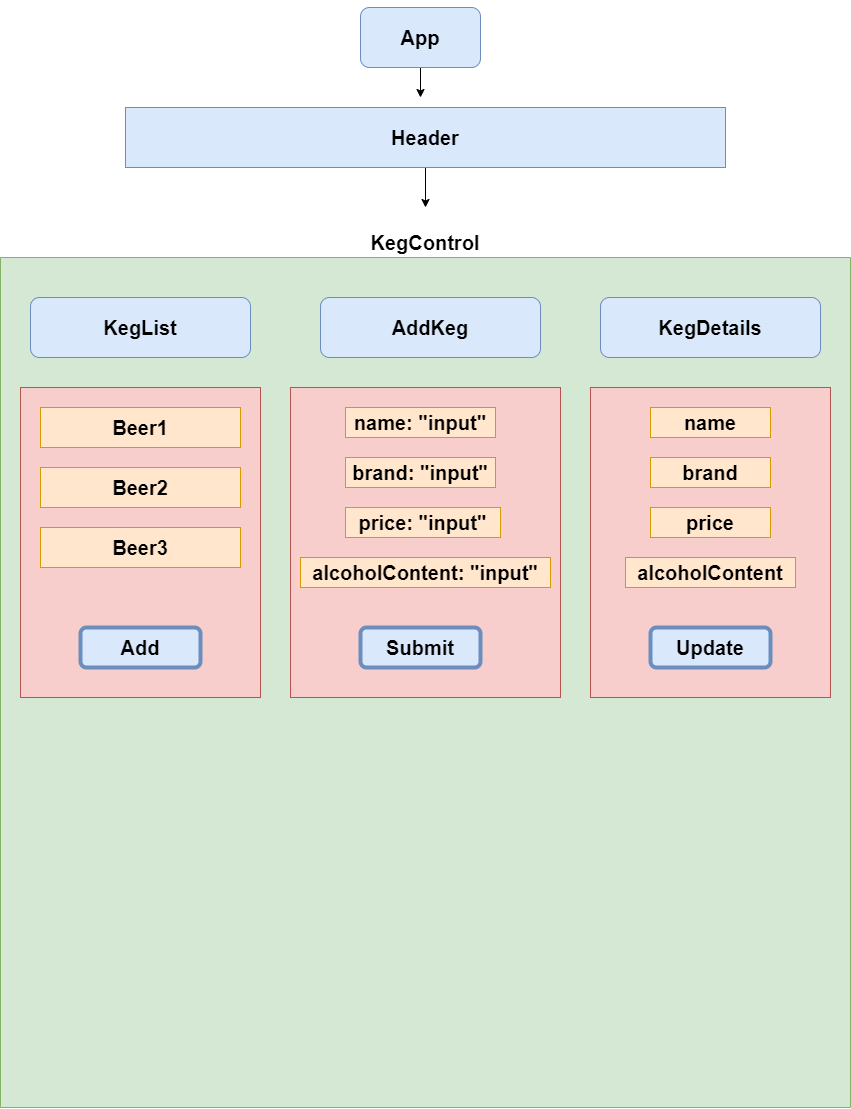
This is src/img/code-review.png from Ultra-Zactimus/keg-counter-code-review, a draw.io export, as it was before one commit. Source tidied: cells renumbered, new cells last; positions are measured from the earlier drawing's top-left corner, leaving out a move shared by most shapes. The source it was exported from:
```xml
<mxGraphModel>
  <root>
    <mxCell id="0" />
    <mxCell id="1" parent="0" />
    <mxCell id="2" value="KegControl" style="whiteSpace=wrap;html=1;fillColor=#d5e8d4;strokeColor=#82b366;labelPosition=center;verticalLabelPosition=top;align=center;verticalAlign=bottom;fontSize=20;fontStyle=1;direction=south;" parent="1" vertex="1">
      <mxGeometry y="250" width="850" height="850" as="geometry" />
    </mxCell>
    <mxCell id="3" style="edgeStyle=orthogonalEdgeStyle;rounded=0;jettySize=auto;html=1;fontSize=20;" parent="1" edge="1" source="4">
      <mxGeometry relative="1" as="geometry">
        <mxPoint x="425" y="200" as="targetPoint" />
      </mxGeometry>
    </mxCell>
    <mxCell id="4" value="Header" style="rounded=0;whiteSpace=wrap;html=1;fillColor=#dae8fc;strokeColor=#6c8ebf;fontStyle=1;fontSize=20;" parent="1" vertex="1">
      <mxGeometry x="125" y="100" width="600" height="60" as="geometry" />
    </mxCell>
    <mxCell id="5" style="edgeStyle=orthogonalEdgeStyle;rounded=0;jettySize=auto;html=1;exitX=0.5;exitY=1;exitDx=0;exitDy=0;fontSize=20;" parent="1" edge="1" source="7">
      <mxGeometry relative="1" as="geometry">
        <mxPoint x="420" y="40" as="targetPoint" />
        <Array as="points">
          <mxPoint x="420" />
          <mxPoint x="420" />
        </Array>
      </mxGeometry>
    </mxCell>
    <mxCell id="6" style="edgeStyle=orthogonalEdgeStyle;rounded=0;jettySize=auto;html=1;fontSize=20;" parent="1" edge="1" source="7">
      <mxGeometry relative="1" as="geometry">
        <mxPoint x="420" y="90" as="targetPoint" />
      </mxGeometry>
    </mxCell>
    <mxCell id="7" value="App" style="rounded=1;whiteSpace=wrap;html=1;fontSize=20;fillColor=#dae8fc;strokeColor=#6c8ebf;fontStyle=1;" parent="1" vertex="1">
      <mxGeometry x="360" width="120" height="60" as="geometry" />
    </mxCell>
    <mxCell id="8" value="KegList" style="rounded=1;whiteSpace=wrap;html=1;fontSize=20;fontStyle=1;fillColor=#dae8fc;strokeColor=#6c8ebf;" parent="1" vertex="1">
      <mxGeometry x="30" y="290" width="220" height="60" as="geometry" />
    </mxCell>
    <mxCell id="9" value="AddKeg" style="rounded=1;whiteSpace=wrap;html=1;fontSize=20;fontStyle=1;fillColor=#dae8fc;strokeColor=#6c8ebf;" parent="1" vertex="1">
      <mxGeometry x="320" y="290" width="220" height="60" as="geometry" />
    </mxCell>
    <mxCell id="10" value="KegDetails" style="rounded=1;whiteSpace=wrap;html=1;fontSize=20;fontStyle=1;fillColor=#dae8fc;strokeColor=#6c8ebf;" parent="1" vertex="1">
      <mxGeometry x="600" y="290" width="220" height="60" as="geometry" />
    </mxCell>
    <mxCell id="11" style="shape=card;whiteSpace=wrap;html=1;fontSize=20;size=0;fillColor=#f8cecc;strokeColor=#b85450;" parent="1" vertex="1">
      <mxGeometry x="20" y="380" width="240" height="310" as="geometry" />
    </mxCell>
    <mxCell id="12" style="shape=card;whiteSpace=wrap;html=1;fontSize=20;size=0;fillColor=#f8cecc;strokeColor=#b85450;" parent="1" vertex="1">
      <mxGeometry x="290" y="380" width="270" height="310" as="geometry" />
    </mxCell>
    <mxCell id="13" style="shape=card;whiteSpace=wrap;html=1;fontSize=20;size=0;fillColor=#f8cecc;strokeColor=#b85450;" parent="1" vertex="1">
      <mxGeometry x="590" y="380" width="240" height="310" as="geometry" />
    </mxCell>
    <mxCell id="14" value="Beer1" style="rounded=0;whiteSpace=wrap;html=1;fontSize=20;fillColor=#ffe6cc;strokeColor=#d79b00;fontStyle=1;" parent="1" vertex="1">
      <mxGeometry x="40" y="400" width="200" height="40" as="geometry" />
    </mxCell>
    <mxCell id="15" value="&lt;b&gt;Beer2&lt;/b&gt;" style="rounded=0;whiteSpace=wrap;html=1;fontSize=20;fillColor=#ffe6cc;strokeColor=#d79b00;" parent="1" vertex="1">
      <mxGeometry x="40" y="460" width="200" height="40" as="geometry" />
    </mxCell>
    <mxCell id="16" value="Beer3" style="rounded=0;whiteSpace=wrap;html=1;fontSize=20;fillColor=#ffe6cc;strokeColor=#d79b00;fontStyle=1;" parent="1" vertex="1">
      <mxGeometry x="40" y="520" width="200" height="40" as="geometry" />
    </mxCell>
    <mxCell id="17" value="brand: &quot;input&quot;" style="rounded=0;whiteSpace=wrap;html=1;fontSize=20;fillColor=#ffe6cc;strokeColor=#d79b00;fontStyle=1;" parent="1" vertex="1">
      <mxGeometry x="345" y="450" width="150" height="30" as="geometry" />
    </mxCell>
    <mxCell id="18" value="price: &quot;input&quot;" style="rounded=0;whiteSpace=wrap;html=1;fontSize=20;fillColor=#ffe6cc;strokeColor=#d79b00;fontStyle=1;" parent="1" vertex="1">
      <mxGeometry x="345" y="500" width="155" height="30" as="geometry" />
    </mxCell>
    <mxCell id="19" value="name: &quot;input&quot;" style="rounded=0;whiteSpace=wrap;html=1;fontSize=20;fillColor=#ffe6cc;strokeColor=#d79b00;fontStyle=1;" parent="1" vertex="1">
      <mxGeometry x="345" y="400" width="150" height="30" as="geometry" />
    </mxCell>
    <mxCell id="20" value="Add" style="rounded=1;whiteSpace=wrap;html=1;fontSize=20;fillColor=#dae8fc;strokeColor=#6c8ebf;fontStyle=1;strokeWidth=4;" parent="1" vertex="1">
      <mxGeometry x="80" y="620" width="120" height="40" as="geometry" />
    </mxCell>
    <mxCell id="21" value="alcoholContent: &quot;input&quot;" style="rounded=0;whiteSpace=wrap;html=1;fontSize=20;strokeWidth=1;fillColor=#ffe6cc;strokeColor=#d79b00;fontStyle=1;" parent="1" vertex="1">
      <mxGeometry x="300" y="550" width="250" height="30" as="geometry" />
    </mxCell>
    <mxCell id="22" value="Submit" style="rounded=1;whiteSpace=wrap;html=1;fontSize=20;strokeWidth=4;fillColor=#dae8fc;strokeColor=#6c8ebf;fontStyle=1;" parent="1" vertex="1">
      <mxGeometry x="360" y="620" width="120" height="40" as="geometry" />
    </mxCell>
    <mxCell id="23" value="Update" style="rounded=1;whiteSpace=wrap;html=1;fontSize=20;strokeWidth=4;fillColor=#dae8fc;strokeColor=#6c8ebf;fontStyle=1;" parent="1" vertex="1">
      <mxGeometry x="650" y="620" width="120" height="40" as="geometry" />
    </mxCell>
    <mxCell id="24" value="name" style="rounded=0;whiteSpace=wrap;html=1;fontSize=20;strokeWidth=1;fillColor=#ffe6cc;strokeColor=#d79b00;fontStyle=1;" parent="1" vertex="1">
      <mxGeometry x="650" y="400" width="120" height="30" as="geometry" />
    </mxCell>
    <mxCell id="25" value="brand" style="rounded=0;whiteSpace=wrap;html=1;fontSize=20;strokeWidth=1;fillColor=#ffe6cc;strokeColor=#d79b00;fontStyle=1;" parent="1" vertex="1">
      <mxGeometry x="650" y="450" width="120" height="30" as="geometry" />
    </mxCell>
    <mxCell id="26" value="price" style="rounded=0;whiteSpace=wrap;html=1;fontSize=20;strokeWidth=1;fillColor=#ffe6cc;strokeColor=#d79b00;fontStyle=1;" parent="1" vertex="1">
      <mxGeometry x="650" y="500" width="120" height="30" as="geometry" />
    </mxCell>
    <mxCell id="27" value="alcoholContent" style="rounded=0;whiteSpace=wrap;html=1;fontSize=20;strokeWidth=1;fontStyle=1;fillColor=#ffe6cc;strokeColor=#d79b00;" parent="1" vertex="1">
      <mxGeometry x="625" y="550" width="170" height="30" as="geometry" />
    </mxCell>
  </root>
</mxGraphModel>
```
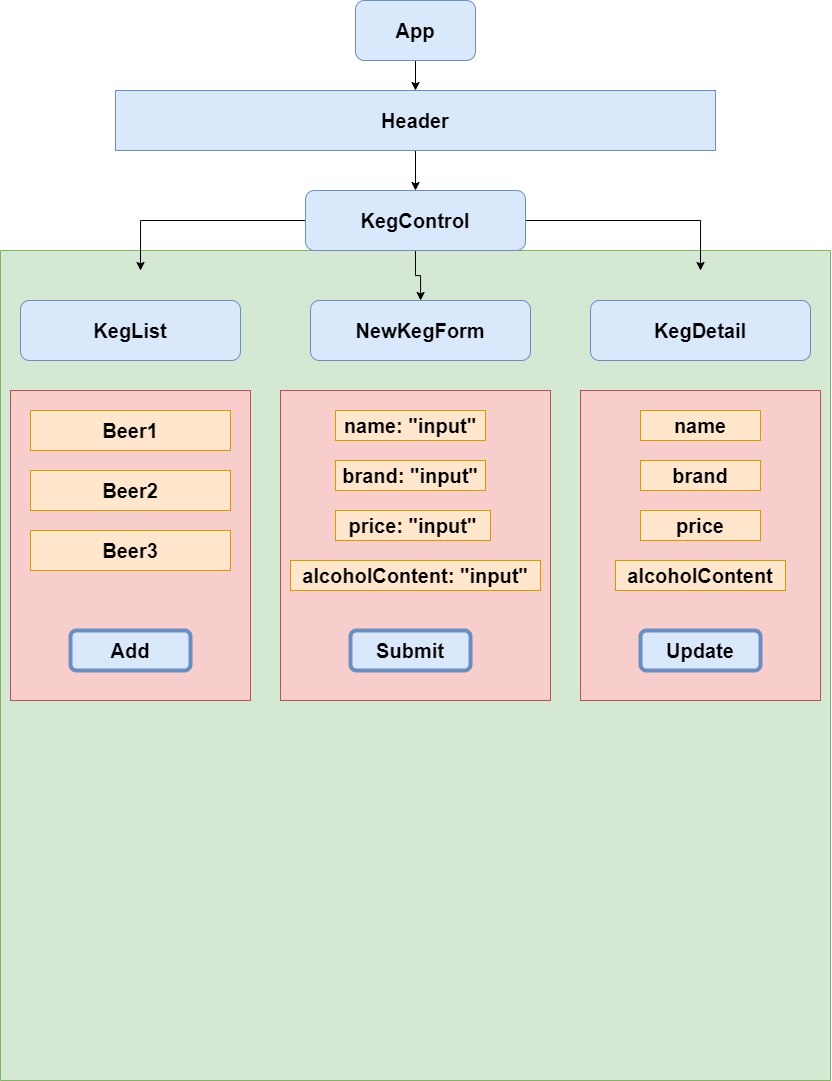
The same diagram one commit later.

Commit message:
fix indentation and refactor diagram for readme

What changed in the source:
```diff
@@ -2,16 +2,16 @@
   <root>
     <mxCell id="0" />
     <mxCell id="1" parent="0" />
-    <mxCell id="2" value="KegControl" style="whiteSpace=wrap;html=1;fillColor=#d5e8d4;strokeColor=#82b366;labelPosition=center;verticalLabelPosition=top;align=center;verticalAlign=bottom;fontSize=20;fontStyle=1;direction=south;" parent="1" vertex="1">
-      <mxGeometry y="250" width="850" height="850" as="geometry" />
+    <mxCell id="2" style="whiteSpace=wrap;html=1;fillColor=#d5e8d4;strokeColor=#82b366;labelPosition=center;verticalLabelPosition=top;align=center;verticalAlign=bottom;fontSize=20;fontStyle=1;direction=south;" parent="1" vertex="1">
+      <mxGeometry x="10" y="240" width="830" height="830" as="geometry" />
     </mxCell>
     <mxCell id="3" style="edgeStyle=orthogonalEdgeStyle;rounded=0;jettySize=auto;html=1;fontSize=20;" parent="1" edge="1" source="4">
       <mxGeometry relative="1" as="geometry">
-        <mxPoint x="425" y="200" as="targetPoint" />
+        <mxPoint x="425" y="180" as="targetPoint" />
       </mxGeometry>
     </mxCell>
     <mxCell id="4" value="Header" style="rounded=0;whiteSpace=wrap;html=1;fillColor=#dae8fc;strokeColor=#6c8ebf;fontStyle=1;fontSize=20;" parent="1" vertex="1">
-      <mxGeometry x="125" y="100" width="600" height="60" as="geometry" />
+      <mxGeometry x="125" y="80" width="600" height="60" as="geometry" />
     </mxCell>
     <mxCell id="5" style="edgeStyle=orthogonalEdgeStyle;rounded=0;jettySize=auto;html=1;exitX=0.5;exitY=1;exitDx=0;exitDy=0;fontSize=20;" parent="1" edge="1" source="7">
       <mxGeometry relative="1" as="geometry">
@@ -22,21 +22,19 @@
         </Array>
       </mxGeometry>
     </mxCell>
-    <mxCell id="6" style="edgeStyle=orthogonalEdgeStyle;rounded=0;jettySize=auto;html=1;fontSize=20;" parent="1" edge="1" source="7">
-      <mxGeometry relative="1" as="geometry">
-        <mxPoint x="420" y="90" as="targetPoint" />
-      </mxGeometry>
-    </mxCell>
+    <mxCell id="28" style="edgeStyle=orthogonalEdgeStyle;rounded=0;jettySize=auto;html=1;fontSize=20;" parent="1" edge="1" source="7" target="4">
+      <mxGeometry relative="1" as="geometry" />
+    </mxCell>
     <mxCell id="7" value="App" style="rounded=1;whiteSpace=wrap;html=1;fontSize=20;fillColor=#dae8fc;strokeColor=#6c8ebf;fontStyle=1;" parent="1" vertex="1">
-      <mxGeometry x="360" width="120" height="60" as="geometry" />
+      <mxGeometry x="365" y="-10" width="120" height="60" as="geometry" />
     </mxCell>
     <mxCell id="8" value="KegList" style="rounded=1;whiteSpace=wrap;html=1;fontSize=20;fontStyle=1;fillColor=#dae8fc;strokeColor=#6c8ebf;" parent="1" vertex="1">
       <mxGeometry x="30" y="290" width="220" height="60" as="geometry" />
     </mxCell>
-    <mxCell id="9" value="AddKeg" style="rounded=1;whiteSpace=wrap;html=1;fontSize=20;fontStyle=1;fillColor=#dae8fc;strokeColor=#6c8ebf;" parent="1" vertex="1">
+    <mxCell id="9" value="NewKegForm" style="rounded=1;whiteSpace=wrap;html=1;fontSize=20;fontStyle=1;fillColor=#dae8fc;strokeColor=#6c8ebf;" parent="1" vertex="1">
       <mxGeometry x="320" y="290" width="220" height="60" as="geometry" />
     </mxCell>
-    <mxCell id="10" value="KegDetails" style="rounded=1;whiteSpace=wrap;html=1;fontSize=20;fontStyle=1;fillColor=#dae8fc;strokeColor=#6c8ebf;" parent="1" vertex="1">
+    <mxCell id="10" value="KegDetail" style="rounded=1;whiteSpace=wrap;html=1;fontSize=20;fontStyle=1;fillColor=#dae8fc;strokeColor=#6c8ebf;" parent="1" vertex="1">
       <mxGeometry x="600" y="290" width="220" height="60" as="geometry" />
     </mxCell>
     <mxCell id="11" style="shape=card;whiteSpace=wrap;html=1;fontSize=20;size=0;fillColor=#f8cecc;strokeColor=#b85450;" parent="1" vertex="1">
@@ -90,5 +88,21 @@
     <mxCell id="27" value="alcoholContent" style="rounded=0;whiteSpace=wrap;html=1;fontSize=20;strokeWidth=1;fontStyle=1;fillColor=#ffe6cc;strokeColor=#d79b00;" parent="1" vertex="1">
       <mxGeometry x="625" y="550" width="170" height="30" as="geometry" />
     </mxCell>
+    <mxCell id="29" style="edgeStyle=orthogonalEdgeStyle;rounded=0;jettySize=auto;html=1;fontSize=20;" parent="1" edge="1" source="32">
+      <mxGeometry relative="1" as="geometry">
+        <mxPoint x="150" y="260" as="targetPoint" />
+      </mxGeometry>
+    </mxCell>
+    <mxCell id="30" style="edgeStyle=orthogonalEdgeStyle;rounded=0;jettySize=auto;html=1;fontSize=20;" parent="1" edge="1" source="32">
+      <mxGeometry relative="1" as="geometry">
+        <mxPoint x="710" y="260" as="targetPoint" />
+      </mxGeometry>
+    </mxCell>
+    <mxCell id="31" style="edgeStyle=orthogonalEdgeStyle;rounded=0;jettySize=auto;html=1;fontSize=20;" parent="1" edge="1" source="32" target="9">
+      <mxGeometry relative="1" as="geometry" />
+    </mxCell>
+    <mxCell id="32" value="KegControl" style="rounded=1;whiteSpace=wrap;html=1;fontSize=20;fillColor=#dae8fc;strokeColor=#6c8ebf;fontStyle=1;" parent="1" vertex="1">
+      <mxGeometry x="315" y="180" width="220" height="60" as="geometry" />
+    </mxCell>
   </root>
 </mxGraphModel>
```
